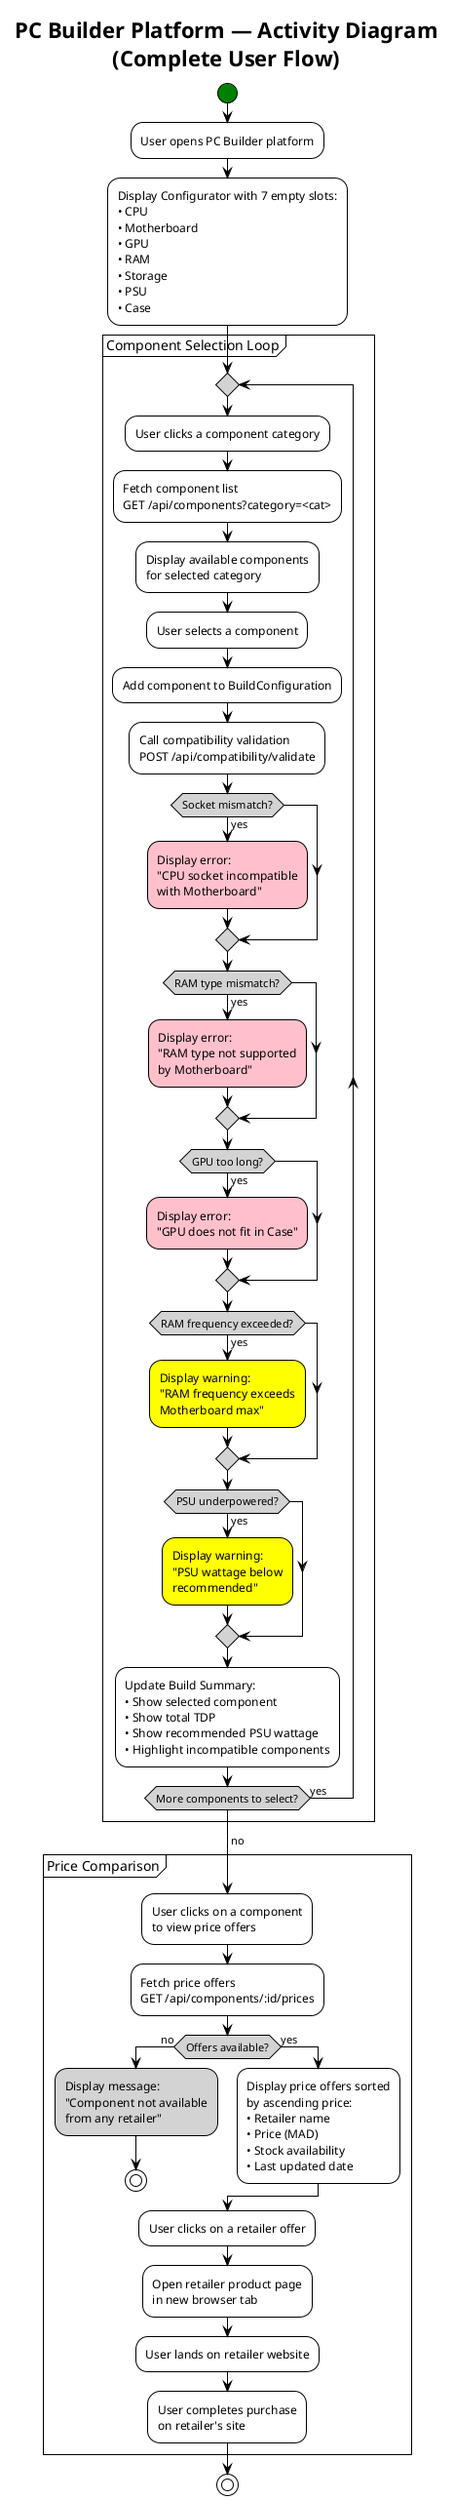
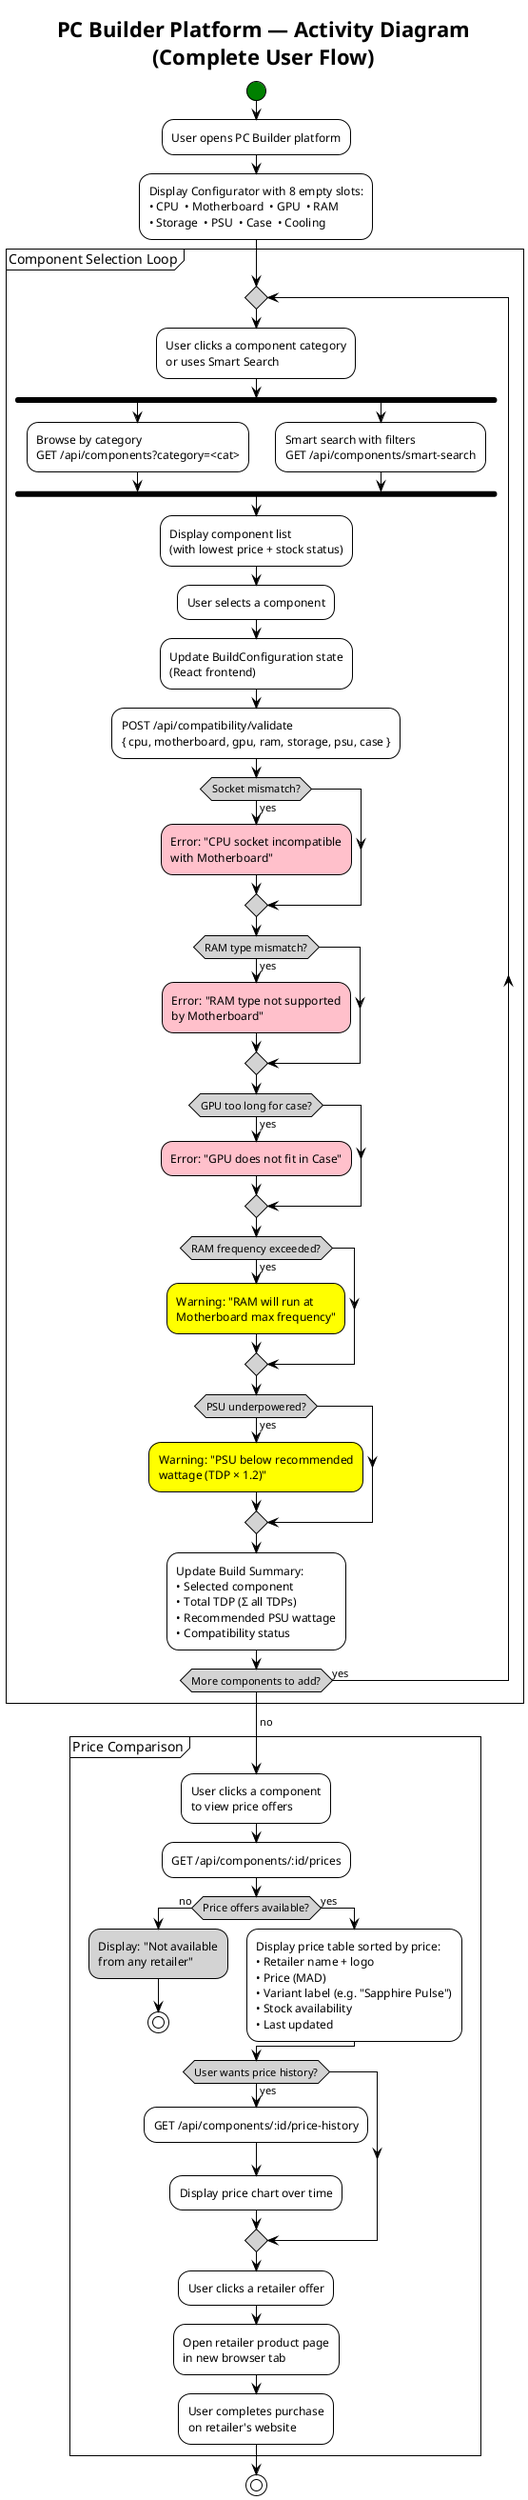
@startuml Activity Diagram
!theme plain
skinparam activityDiamondBackgroundColor #lightgray
skinparam activityStartColor #green
skinparam activityEndColor #red

title PC Builder Platform — Activity Diagram\n(Complete User Flow)

start

:User opens PC Builder platform;

- :Display Configurator with 7 empty slots:\n• CPU\n• Motherboard\n• GPU\n• RAM\n• Storage\n• PSU\n• Case;
+ :Display Configurator with 8 empty slots:\n• CPU  • Motherboard  • GPU  • RAM\n• Storage  • PSU  • Case  • Cooling;

partition "Component Selection Loop" {
  repeat
-     :User clicks a component category;
+     :User clicks a component category\nor uses Smart Search;

-     :Fetch component list\nGET /api/components?category=<cat>;
+     fork
+       :Browse by category\nGET /api/components?category=<cat>;
+     fork again
+       :Smart search with filters\nGET /api/components/smart-search;
+     end fork

-     :Display available components\nfor selected category;
+     :Display component list\n(with lowest price + stock status);

    :User selects a component;

-     :Add component to BuildConfiguration;
+     :Update BuildConfiguration state\n(React frontend);

-     :Call compatibility validation\nPOST /api/compatibility/validate;
+     :POST /api/compatibility/validate\n{ cpu, motherboard, gpu, ram, storage, psu, case };

    if (Socket mismatch?) then (yes)
-       #pink:Display error:\n"CPU socket incompatible\nwith Motherboard";
+       #pink:Error: "CPU socket incompatible\nwith Motherboard";
    endif

    if (RAM type mismatch?) then (yes)
-       #pink:Display error:\n"RAM type not supported\nby Motherboard";
+       #pink:Error: "RAM type not supported\nby Motherboard";
    endif

-     if (GPU too long?) then (yes)
-       #pink:Display error:\n"GPU does not fit in Case";
+     if (GPU too long for case?) then (yes)
+       #pink:Error: "GPU does not fit in Case";
    endif

    if (RAM frequency exceeded?) then (yes)
-       #yellow:Display warning:\n"RAM frequency exceeds\nMotherboard max";
+       #yellow:Warning: "RAM will run at\nMotherboard max frequency";
    endif

    if (PSU underpowered?) then (yes)
-       #yellow:Display warning:\n"PSU wattage below\nrecommended";
+       #yellow:Warning: "PSU below recommended\nwattage (TDP × 1.2)";
    endif

-     :Update Build Summary:\n• Show selected component\n• Show total TDP\n• Show recommended PSU wattage\n• Highlight incompatible components;
+     :Update Build Summary:\n• Selected component\n• Total TDP (Σ all TDPs)\n• Recommended PSU wattage\n• Compatibility status;

-   repeat while (More components to select?) is (yes)
+   repeat while (More components to add?) is (yes)
  -> no;
}

partition "Price Comparison" {
-   :User clicks on a component\nto view price offers;
+   :User clicks a component\nto view price offers;

-   :Fetch price offers\nGET /api/components/:id/prices;
+   :GET /api/components/:id/prices;

-   if (Offers available?) then (no)
-     #lightgray:Display message:\n"Component not available\nfrom any retailer";
+   if (Price offers available?) then (no)
+     #lightgray:Display: "Not available\nfrom any retailer";
    stop
  else (yes)
-     :Display price offers sorted\nby ascending price:\n• Retailer name\n• Price (MAD)\n• Stock availability\n• Last updated date;
+     :Display price table sorted by price:\n• Retailer name + logo\n• Price (MAD)\n• Variant label (e.g. "Sapphire Pulse")\n• Stock availability\n• Last updated;
  endif

-   :User clicks on a retailer offer;
+   if (User wants price history?) then (yes)
+     :GET /api/components/:id/price-history;
+     :Display price chart over time;
+   endif
+ 
+   :User clicks a retailer offer;

  :Open retailer product page\nin new browser tab;

-   :User lands on retailer website;
- 
-   :User completes purchase\non retailer's site;
+   :User completes purchase\non retailer's website;
}

stop

@enduml
